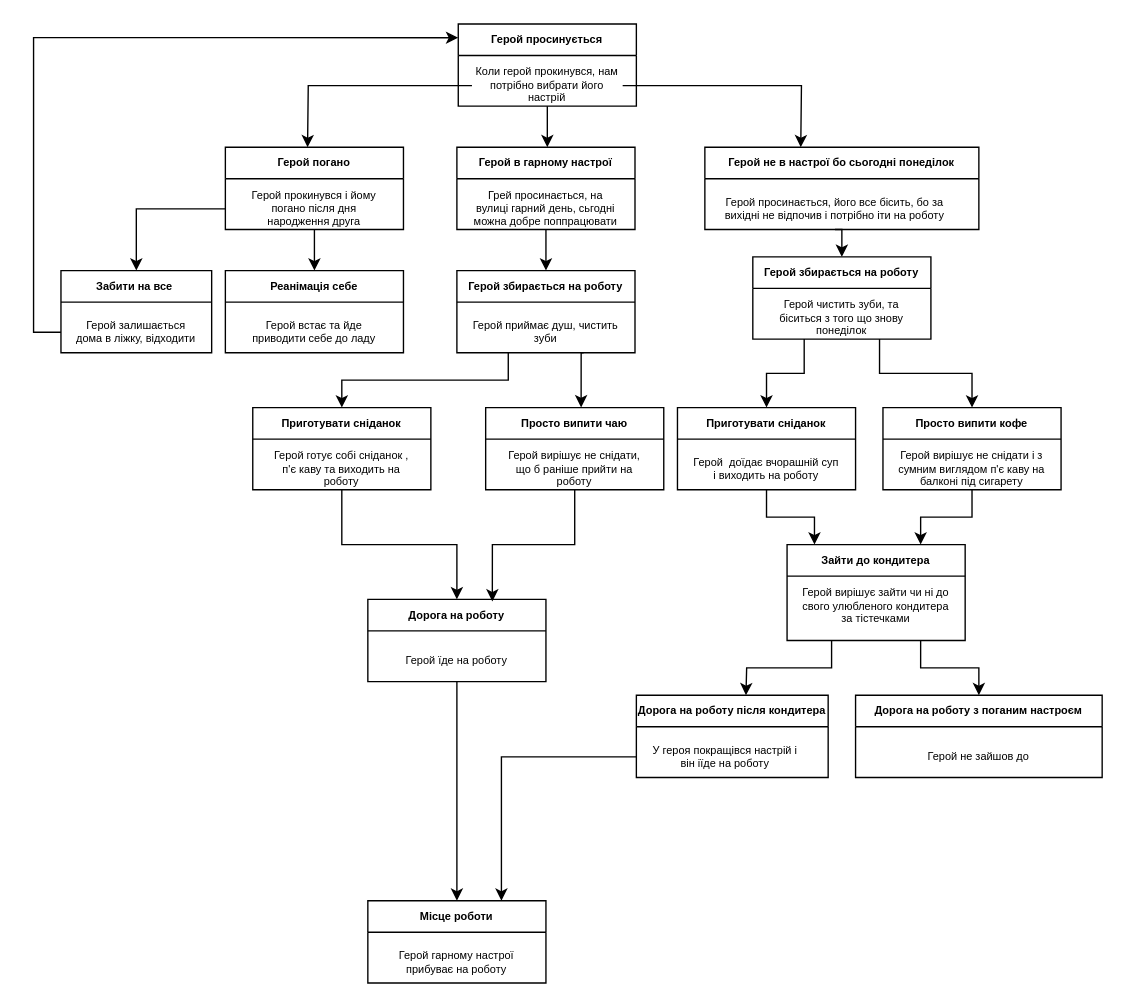
This is Диаграмма без названия.drawio from IgorEzerskiy/diagrams, a draw.io file, before an edit. Source tidied: cells renumbered, new cells numbered last; positions are measured from the earlier drawing's top-left corner, leaving out a move shared by most shapes. Both pictures are drawn from the tidied source at 137%, with x=0, y=0 at pixel (60, 23).
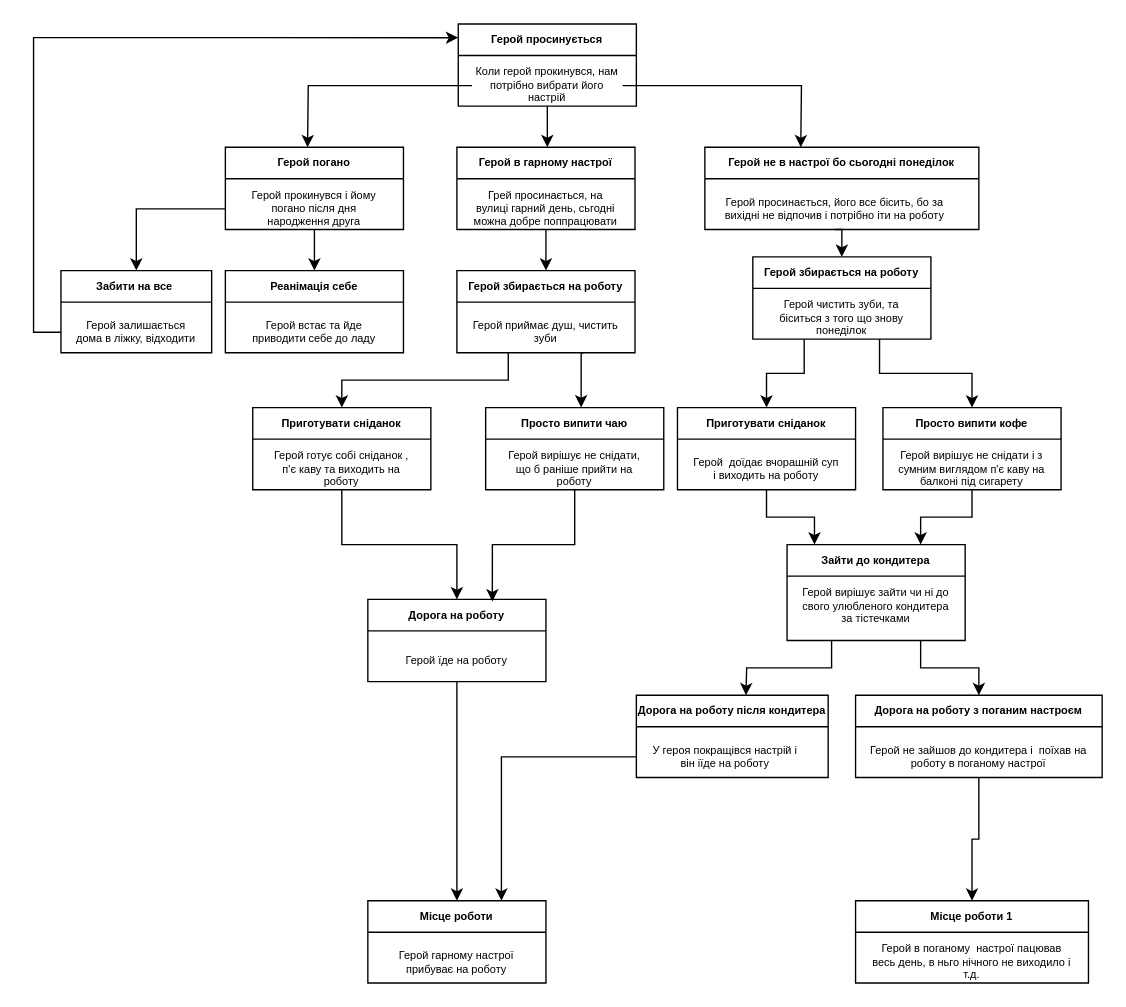
Above is the later version.

The change refers to these unchanged cells:
```xml
<mxCell id="54" value="Дорога на роботу з поганим настроєм" style="swimlane;fontSize=8;" parent="1" vertex="1">
  <mxGeometry x="580" y="490" width="180" height="60" as="geometry" />
</mxCell>
```

Change to the diagram source:
```diff
@@
-    <mxCell id="55" value="Герой не зайшов до" style="text;html=1;strokeColor=none;fillColor=none;align=center;verticalAlign=middle;whiteSpace=wrap;rounded=0;fontSize=8;" parent="54" vertex="1">
+    <mxCell id="55" value="Герой не зайшов до кондитера і&amp;nbsp; поїхав на роботу в поганому настрої" style="text;html=1;strokeColor=none;fillColor=none;align=center;verticalAlign=middle;whiteSpace=wrap;rounded=0;fontSize=8;" parent="54" vertex="1">
       <mxGeometry x="10" y="30" width="160" height="30" as="geometry" />
     </mxCell>
+    <mxCell id="56" value="Місце роботи 1" style="swimlane;fontSize=8;" parent="1" vertex="1">
+      <mxGeometry x="580" y="640" width="170" height="60" as="geometry" />
+    </mxCell>
+    <mxCell id="57" value="Герой в поганому&amp;nbsp; настрої пацював весь день, в ньго нічного не виходило і т.д." style="text;html=1;strokeColor=none;fillColor=none;align=center;verticalAlign=middle;whiteSpace=wrap;rounded=0;fontSize=8;" parent="56" vertex="1">
+      <mxGeometry x="10" y="30" width="150" height="30" as="geometry" />
+    </mxCell>
+    <mxCell id="58" style="edgeStyle=orthogonalEdgeStyle;rounded=0;jettySize=auto;html=1;exitX=0.5;exitY=1;exitDx=0;exitDy=0;fontSize=8;" parent="1" edge="1" source="55" target="56">
+      <mxGeometry relative="1" as="geometry" />
+    </mxCell>
```
